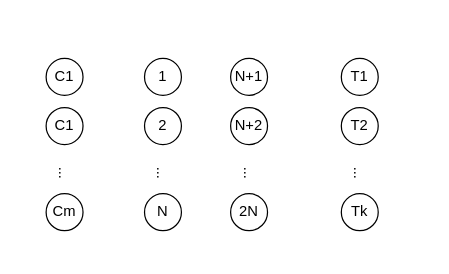
The draw.io diagram hw5_2.drawio in Eren-Jeager123/Algorithm, before the edit. Source tidied: cells renumbered, new cells numbered last; positions are measured from the earlier drawing's top-left corner, leaving out a move shared by most shapes. Both pictures are drawn from the tidied source at 123%, with x=0, y=0 at pixel (46, 58).
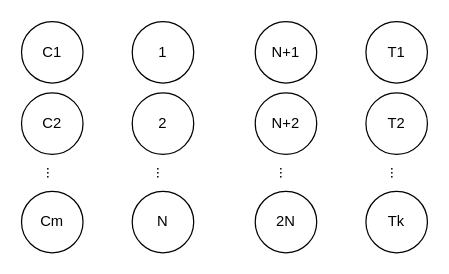
Above is the later version.

What changed in the source:
```diff
@@
 <mxGraphModel>
   <root>
     <mxCell id="0" />
     <mxCell id="1" parent="0" />
+    <mxCell id="8" value="..." style="text;html=1;align=center;verticalAlign=middle;strokeColor=none;fillColor=none;rotation=90;" parent="1" vertex="1">
+      <mxGeometry x="180" y="78" width="30" height="30" as="geometry" />
+    </mxCell>
+    <mxCell id="9" value="..." style="text;html=1;align=center;verticalAlign=middle;strokeColor=none;fillColor=none;rotation=90;" parent="1" vertex="1">
+      <mxGeometry x="80" y="78" width="30" height="30" as="geometry" />
+    </mxCell>
+    <mxCell id="13" value="..." style="text;html=1;align=center;verticalAlign=middle;strokeColor=none;fillColor=none;rotation=90;" parent="1" vertex="1">
+      <mxGeometry x="-10" y="78" width="30" height="30" as="geometry" />
+    </mxCell>
+    <mxCell id="17" value="..." style="text;html=1;align=center;verticalAlign=middle;strokeColor=none;fillColor=none;rotation=90;" parent="1" vertex="1">
+      <mxGeometry x="270" y="78" width="30" height="30" as="geometry" />
+    </mxCell>
+    <mxCell id="18" value="C2" style="ellipse;whiteSpace=wrap;html=1;" parent="1" vertex="1">
+      <mxGeometry x="-20" y="28" width="50" height="50" as="geometry" />
+    </mxCell>
+    <mxCell id="19" value="C1" style="ellipse;whiteSpace=wrap;html=1;" parent="1" vertex="1">
+      <mxGeometry x="-20" y="-30" width="50" height="50" as="geometry" />
+    </mxCell>
+    <mxCell id="12" value="Cm" style="ellipse;whiteSpace=wrap;html=1;" parent="1" vertex="1">
+      <mxGeometry x="-20" y="108" width="50" height="50" as="geometry" />
+    </mxCell>
     <mxCell id="2" value="1" style="ellipse;whiteSpace=wrap;html=1;" parent="1" vertex="1">
-      <mxGeometry x="80" width="30" height="30" as="geometry" />
+      <mxGeometry x="70" y="-30" width="50" height="50" as="geometry" />
     </mxCell>
     <mxCell id="3" value="2" style="ellipse;whiteSpace=wrap;html=1;" parent="1" vertex="1">
-      <mxGeometry x="80" y="40" width="30" height="30" as="geometry" />
+      <mxGeometry x="70" y="28" width="50" height="50" as="geometry" />
     </mxCell>
     <mxCell id="4" value="N" style="ellipse;whiteSpace=wrap;html=1;" parent="1" vertex="1">
-      <mxGeometry x="80" y="110" width="30" height="30" as="geometry" />
+      <mxGeometry x="70" y="108" width="50" height="50" as="geometry" />
     </mxCell>
     <mxCell id="5" value="N+1" style="ellipse;whiteSpace=wrap;html=1;" parent="1" vertex="1">
-      <mxGeometry x="150" width="30" height="30" as="geometry" />
+      <mxGeometry x="170" y="-30" width="50" height="50" as="geometry" />
     </mxCell>
+    <mxCell id="7" value="N+2" style="ellipse;whiteSpace=wrap;html=1;" parent="1" vertex="1">
+      <mxGeometry x="170" y="28" width="50" height="50" as="geometry" />
+    </mxCell>
     <mxCell id="6" value="2N" style="ellipse;whiteSpace=wrap;html=1;" parent="1" vertex="1">
-      <mxGeometry x="150" y="110" width="30" height="30" as="geometry" />
+      <mxGeometry x="170" y="108" width="50" height="50" as="geometry" />
     </mxCell>
-    <mxCell id="7" value="N+2" style="ellipse;whiteSpace=wrap;html=1;" parent="1" vertex="1">
-      <mxGeometry x="150" y="40" width="30" height="30" as="geometry" />
-    </mxCell>
-    <mxCell id="8" value="..." style="text;html=1;align=center;verticalAlign=middle;strokeColor=none;fillColor=none;rotation=90;" parent="1" vertex="1">
-      <mxGeometry x="80" y="78" width="30" height="30" as="geometry" />
-    </mxCell>
-    <mxCell id="9" value="..." style="text;html=1;align=center;verticalAlign=middle;strokeColor=none;fillColor=none;rotation=90;" parent="1" vertex="1">
-      <mxGeometry x="150" y="78" width="30" height="30" as="geometry" />
-    </mxCell>
-    <mxCell id="10" value="C1" style="ellipse;whiteSpace=wrap;html=1;" parent="1" vertex="1">
-      <mxGeometry width="30" height="30" as="geometry" />
-    </mxCell>
-    <mxCell id="11" value="C1" style="ellipse;whiteSpace=wrap;html=1;" parent="1" vertex="1">
-      <mxGeometry y="40" width="30" height="30" as="geometry" />
-    </mxCell>
-    <mxCell id="12" value="Cm" style="ellipse;whiteSpace=wrap;html=1;" parent="1" vertex="1">
-      <mxGeometry y="110" width="30" height="30" as="geometry" />
-    </mxCell>
-    <mxCell id="13" value="..." style="text;html=1;align=center;verticalAlign=middle;strokeColor=none;fillColor=none;rotation=90;" parent="1" vertex="1">
-      <mxGeometry y="78" width="30" height="30" as="geometry" />
-    </mxCell>
     <mxCell id="14" value="T1" style="ellipse;whiteSpace=wrap;html=1;" parent="1" vertex="1">
-      <mxGeometry x="240" width="30" height="30" as="geometry" />
+      <mxGeometry x="260" y="-30" width="50" height="50" as="geometry" />
     </mxCell>
+    <mxCell id="16" value="T2" style="ellipse;whiteSpace=wrap;html=1;" parent="1" vertex="1">
+      <mxGeometry x="260" y="28" width="50" height="50" as="geometry" />
+    </mxCell>
     <mxCell id="15" value="Tk" style="ellipse;whiteSpace=wrap;html=1;" parent="1" vertex="1">
-      <mxGeometry x="240" y="110" width="30" height="30" as="geometry" />
+      <mxGeometry x="260" y="108" width="50" height="50" as="geometry" />
     </mxCell>
-    <mxCell id="16" value="T2" style="ellipse;whiteSpace=wrap;html=1;" parent="1" vertex="1">
-      <mxGeometry x="240" y="40" width="30" height="30" as="geometry" />
-    </mxCell>
-    <mxCell id="17" value="..." style="text;html=1;align=center;verticalAlign=middle;strokeColor=none;fillColor=none;rotation=90;" parent="1" vertex="1">
-      <mxGeometry x="240" y="78" width="30" height="30" as="geometry" />
-    </mxCell>
   </root>
 </mxGraphModel>
```
